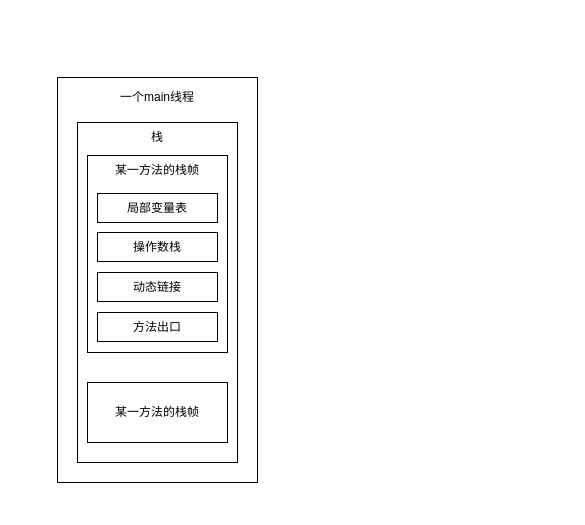
This is JVM/一个线程的内存模型.drawio from codeyunze/drawio, a draw.io file, before an edit. Source tidied: cells renumbered, new cells numbered last; positions are measured from the earlier drawing's top-left corner, leaving out a move shared by most shapes. Both pictures are drawn from the tidied source at 100%, with x=0, y=0 at pixel (57, 77).
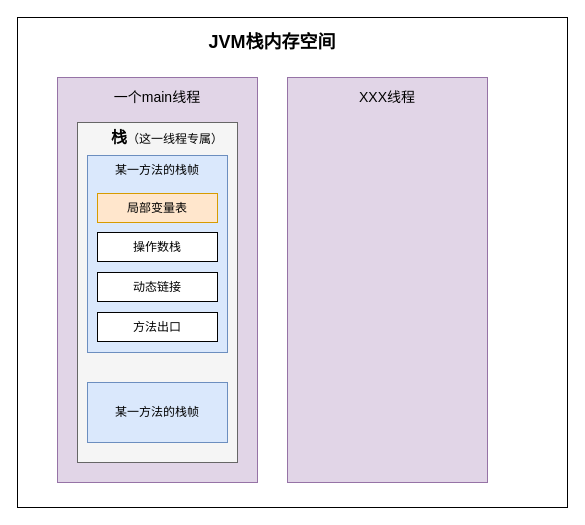
After the change.

Commit message:
更新一个线程的内存模型.drawio

What changed in the source:
```diff
@@
 <mxGraphModel>
   <root>
     <mxCell id="0" />
     <mxCell id="1" parent="0" />
+    <mxCell id="13" style="rounded=0;whiteSpace=wrap;html=1;" parent="1" vertex="1">
+      <mxGeometry x="-40" y="-60" width="550" height="490" as="geometry" />
+    </mxCell>
-    <mxCell id="2" style="rounded=0;whiteSpace=wrap;html=1;" parent="1" vertex="1">
+    <mxCell id="2" style="rounded=0;whiteSpace=wrap;html=1;fillColor=#e1d5e7;strokeColor=#9673a6;" parent="1" vertex="1">
       <mxGeometry width="200" height="405" as="geometry" />
     </mxCell>
-    <mxCell id="3" value="一个main线程" style="text;html=1;strokeColor=none;fillColor=none;align=center;verticalAlign=middle;whiteSpace=wrap;rounded=0;" parent="1" vertex="1">
+    <mxCell id="3" value="&lt;font style=&quot;font-size: 14px;&quot;&gt;一个main线程&lt;/font&gt;" style="text;html=1;strokeColor=none;fillColor=none;align=center;verticalAlign=middle;whiteSpace=wrap;rounded=0;" parent="1" vertex="1">
       <mxGeometry x="50" y="5" width="100" height="30" as="geometry" />
     </mxCell>
-    <mxCell id="4" style="rounded=0;whiteSpace=wrap;html=1;" parent="1" vertex="1">
+    <mxCell id="4" style="rounded=0;whiteSpace=wrap;html=1;fillColor=#f5f5f5;fontColor=#333333;strokeColor=#666666;" parent="1" vertex="1">
       <mxGeometry x="20" y="45" width="160" height="340" as="geometry" />
     </mxCell>
-    <mxCell id="5" value="栈" style="text;html=1;strokeColor=none;fillColor=none;align=center;verticalAlign=middle;whiteSpace=wrap;rounded=0;" parent="1" vertex="1">
-      <mxGeometry x="50" y="45" width="100" height="30" as="geometry" />
+    <mxCell id="5" value="&lt;font style=&quot;font-size: 16px;&quot;&gt;&lt;b&gt;栈&lt;/b&gt;&lt;/font&gt;（这一线程专属）" style="text;html=1;strokeColor=none;fillColor=none;align=center;verticalAlign=middle;whiteSpace=wrap;rounded=0;" parent="1" vertex="1">
+      <mxGeometry x="50" y="45" width="120" height="30" as="geometry" />
     </mxCell>
-    <mxCell id="6" style="rounded=0;whiteSpace=wrap;html=1;" parent="1" vertex="1">
+    <mxCell id="6" style="rounded=0;whiteSpace=wrap;html=1;fillColor=#dae8fc;strokeColor=#6c8ebf;" parent="1" vertex="1">
       <mxGeometry x="30" y="78" width="140" height="197" as="geometry" />
     </mxCell>
-    <mxCell id="7" value="局部变量表" style="rounded=0;whiteSpace=wrap;html=1;" parent="1" vertex="1">
+    <mxCell id="7" value="局部变量表" style="rounded=0;whiteSpace=wrap;html=1;fillColor=#ffe6cc;strokeColor=#d79b00;" parent="1" vertex="1">
       <mxGeometry x="40" y="116" width="120" height="29" as="geometry" />
     </mxCell>
     <mxCell id="8" value="方法出口" style="rounded=0;whiteSpace=wrap;html=1;" parent="1" vertex="1">
       <mxGeometry x="40" y="235" width="120" height="29" as="geometry" />
     </mxCell>
     <mxCell id="9" value="动态链接" style="rounded=0;whiteSpace=wrap;html=1;" parent="1" vertex="1">
       <mxGeometry x="40" y="195" width="120" height="29" as="geometry" />
     </mxCell>
     <mxCell id="10" value="操作数栈" style="rounded=0;whiteSpace=wrap;html=1;" parent="1" vertex="1">
       <mxGeometry x="40" y="155" width="120" height="29" as="geometry" />
     </mxCell>
     <mxCell id="11" value="某一方法的栈帧" style="text;html=1;strokeColor=none;fillColor=none;align=center;verticalAlign=middle;whiteSpace=wrap;rounded=0;" parent="1" vertex="1">
       <mxGeometry x="55" y="78" width="90" height="30" as="geometry" />
     </mxCell>
-    <mxCell id="12" value="某一方法的栈帧" style="rounded=0;whiteSpace=wrap;html=1;" parent="1" vertex="1">
+    <mxCell id="12" value="某一方法的栈帧" style="rounded=0;whiteSpace=wrap;html=1;fillColor=#dae8fc;strokeColor=#6c8ebf;" parent="1" vertex="1">
       <mxGeometry x="30" y="305" width="140" height="60" as="geometry" />
     </mxCell>
+    <mxCell id="14" style="rounded=0;whiteSpace=wrap;html=1;fillColor=#e1d5e7;strokeColor=#9673a6;" parent="1" vertex="1">
+      <mxGeometry x="230" width="200" height="405" as="geometry" />
+    </mxCell>
+    <mxCell id="15" value="&lt;font style=&quot;font-size: 14px;&quot;&gt;XXX线程&lt;/font&gt;" style="text;html=1;strokeColor=none;fillColor=none;align=center;verticalAlign=middle;whiteSpace=wrap;rounded=0;" parent="1" vertex="1">
+      <mxGeometry x="280" y="5" width="100" height="30" as="geometry" />
+    </mxCell>
+    <mxCell id="16" value="&lt;font style=&quot;font-size: 18px;&quot;&gt;&lt;b&gt;JVM栈内存空间&lt;/b&gt;&lt;/font&gt;" style="text;html=1;align=center;verticalAlign=middle;whiteSpace=wrap;rounded=0;" parent="1" vertex="1">
+      <mxGeometry x="110" y="-50" width="210" height="30" as="geometry" />
+    </mxCell>
   </root>
 </mxGraphModel>
```
